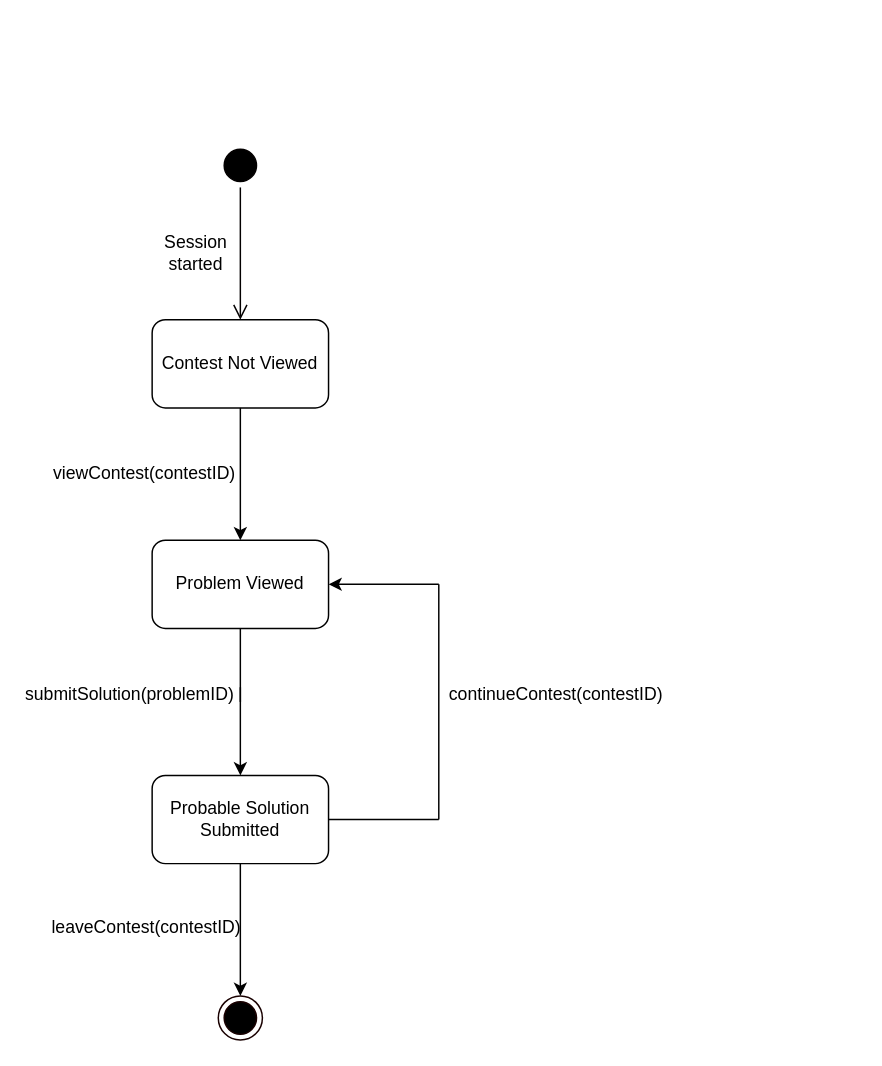
Before: page "Contest" (5 of 8) of fianl_state.drawio in MdHuzzatunAli/ISD, a draw.io diagram. Source tidied: cells renumbered, new cells numbered last; positions are measured from the earlier drawing's top-left corner, leaving out a move shared by most shapes. Both pictures are drawn from the tidied source at 147%, with x=0, y=0 at pixel (41, 143).
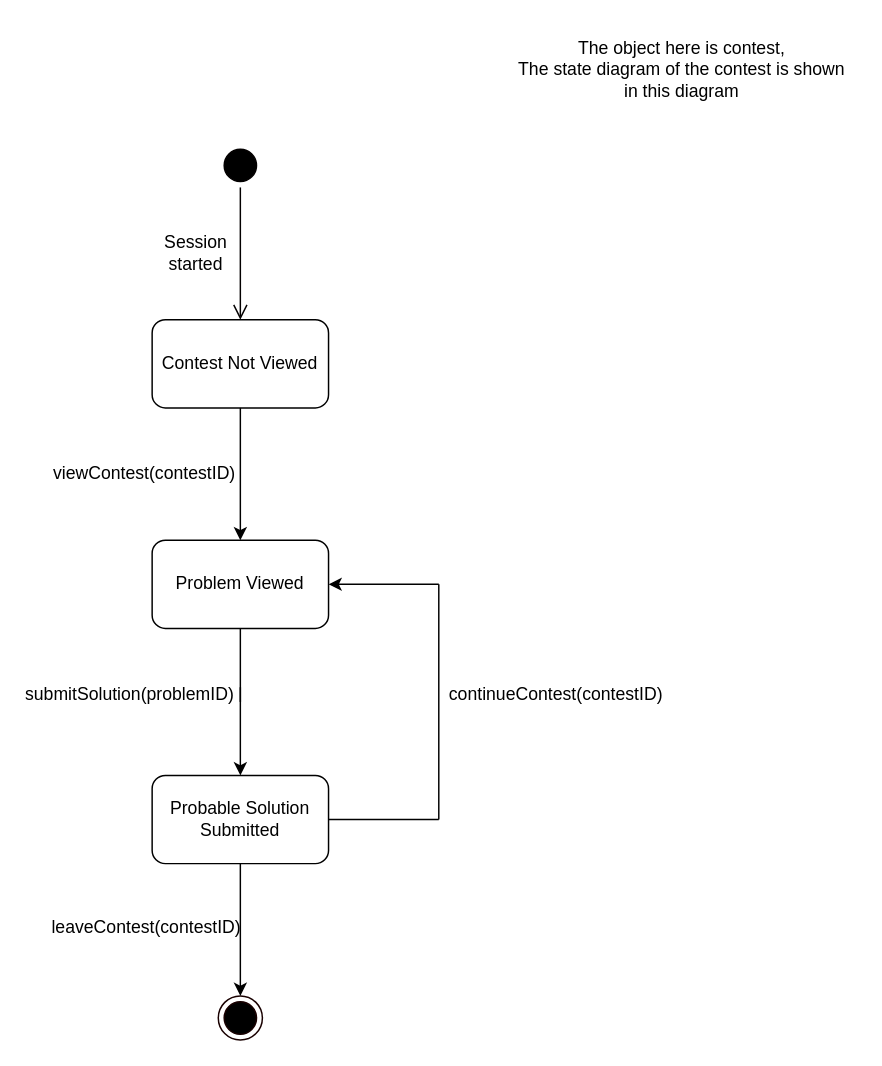
Above is the later version.

The edit, as a diff of the source:
```diff
@@
+    <mxCell id="20" value="The object here is contest,&lt;br&gt;The state diagram of the contest is shown&lt;br&gt;in this diagram" style="text;html=1;align=center;verticalAlign=middle;strokeColor=none;fillColor=none;" parent="1" vertex="1">
+      <mxGeometry x="315" y="-80" width="240" height="60" as="geometry" />
+    </mxCell>
```
